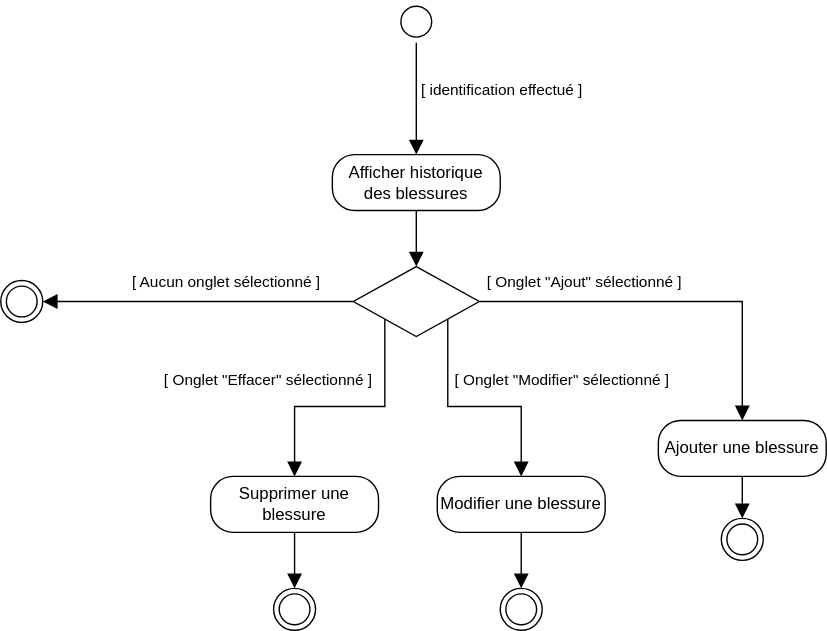
This is UML/Diagrammes d'activité/Diagramme_Activité_RecenserBlessures.svg from CyberHati/Application_Gestion-d-effectif, a draw.io export, as it was before one commit. Source tidied: cells renumbered, new cells last; positions are measured from the earlier drawing's top-left corner, leaving out a move shared by most shapes.
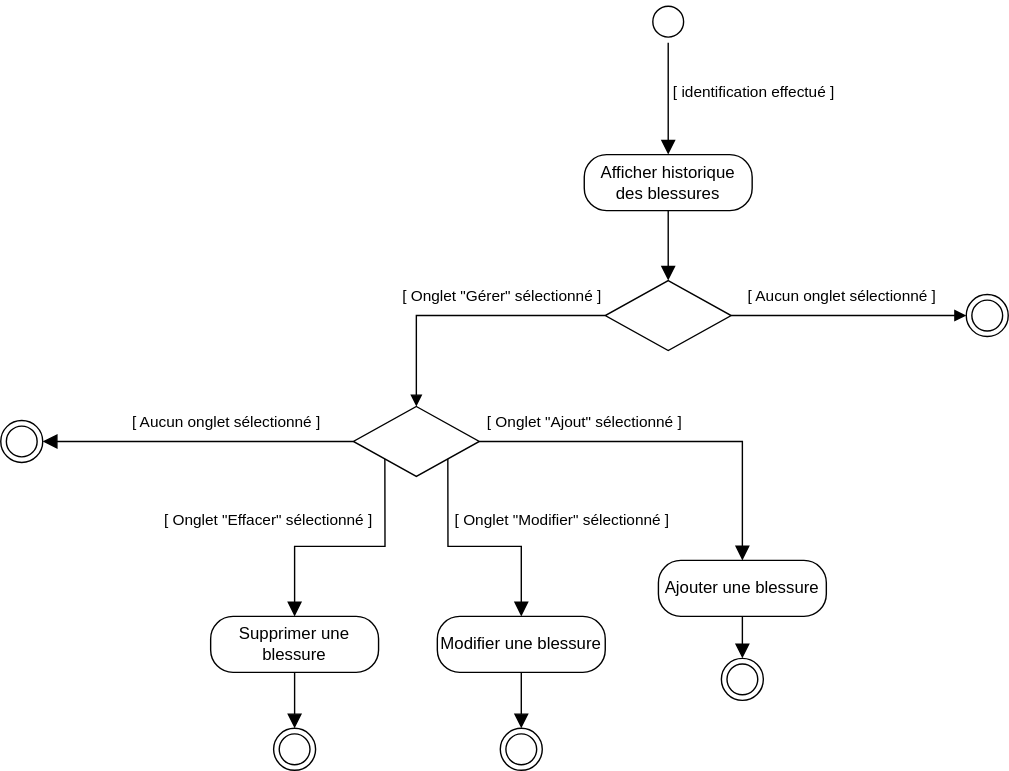
Above is the later version.

Commit message:
Mettre à jour Diagramme_Activité_RecenserBlessures.svg

The edit, as a diff of the source:
```diff
@@ -3,7 +3,7 @@
     <mxCell id="0" />
     <mxCell id="1" parent="0" />
     <mxCell id="2" style="ellipse;html=1;shape=startState;" parent="1" vertex="1">
-      <mxGeometry x="282" width="30" height="30" as="geometry" />
+      <mxGeometry x="462" y="-100" width="30" height="30" as="geometry" />
     </mxCell>
     <mxCell id="3" style="edgeStyle=orthogonalEdgeStyle;html=1;verticalAlign=bottom;endArrow=block;endSize=8;rounded=0;endFill=1;entryX=0.5;entryY=0;entryDx=0;entryDy=0;" parent="1" edge="1" source="2" target="5">
       <mxGeometry relative="1" as="geometry" />
@@ -14,9 +14,9 @@
       </mxGeometry>
     </mxCell>
     <mxCell id="5" value="Afficher historique des blessures" style="rounded=1;whiteSpace=wrap;html=1;arcSize=40;" parent="1" vertex="1">
-      <mxGeometry x="237" y="110" width="120" height="40" as="geometry" />
+      <mxGeometry x="417" y="10" width="120" height="40" as="geometry" />
     </mxCell>
-    <mxCell id="6" style="edgeStyle=orthogonalEdgeStyle;html=1;verticalAlign=bottom;endArrow=block;endSize=8;rounded=0;endFill=1;entryX=0.5;entryY=0;entryDx=0;entryDy=0;" parent="1" edge="1" source="5" target="9">
+    <mxCell id="6" style="edgeStyle=orthogonalEdgeStyle;html=1;verticalAlign=bottom;endArrow=block;endSize=8;rounded=0;endFill=1;exitX=0.5;exitY=1;exitDx=0;exitDy=0;" parent="1" edge="1" source="5" target="26">
       <mxGeometry relative="1" as="geometry" />
     </mxCell>
     <mxCell id="7" style="edgeStyle=orthogonalEdgeStyle;rounded=0;jettySize=auto;html=1;entryX=1;entryY=0.5;entryDx=0;entryDy=0;endArrow=block;endFill=1;endSize=8;" parent="1" edge="1" source="9" target="13">
@@ -84,5 +84,27 @@
     <mxCell id="25" style="edgeStyle=orthogonalEdgeStyle;html=1;verticalAlign=bottom;endArrow=block;endSize=8;rounded=0;endFill=1;entryX=0.5;entryY=0;entryDx=0;entryDy=0;exitX=0.5;exitY=1;exitDx=0;exitDy=0;" parent="1" edge="1" source="12" target="20">
       <mxGeometry relative="1" as="geometry" />
     </mxCell>
+    <mxCell id="26" style="rhombus;whiteSpace=wrap;html=1;" parent="1" vertex="1">
+      <mxGeometry x="432" y="100" width="90" height="50" as="geometry" />
+    </mxCell>
+    <mxCell id="27" style="html=1;verticalAlign=bottom;endArrow=block;rounded=0;exitX=0;exitY=0.5;exitDx=0;exitDy=0;entryX=0.5;entryY=0;entryDx=0;entryDy=0;edgeStyle=orthogonalEdgeStyle;" parent="1" edge="1" source="26" target="9">
+      <mxGeometry x="-0.58" y="-5" relative="1" as="geometry" />
+    </mxCell>
+    <mxCell id="28" value="[ Onglet &quot;Gérer&quot; sélectionné ]" style="edgeLabel;html=1;align=center;verticalAlign=middle;" parent="27" vertex="1">
+      <mxGeometry x="-0.02" y="2" relative="1" as="geometry">
+        <mxPoint x="23" y="-17" as="offset" />
+      </mxGeometry>
+    </mxCell>
+    <mxCell id="29" style="ellipse;html=1;shape=endState;" parent="1" vertex="1">
+      <mxGeometry x="690" y="110" width="30" height="30" as="geometry" />
+    </mxCell>
+    <mxCell id="30" style="html=1;verticalAlign=bottom;endArrow=block;curved=0;rounded=0;exitX=1;exitY=0.5;exitDx=0;exitDy=0;entryX=0;entryY=0.5;entryDx=0;entryDy=0;" parent="1" edge="1" source="26" target="29">
+      <mxGeometry relative="1" as="geometry" />
+    </mxCell>
+    <mxCell id="31" value="[ Aucun onglet sélectionné ]" style="edgeLabel;html=1;align=center;verticalAlign=middle;" parent="30" vertex="1">
+      <mxGeometry x="0.15" y="-2" relative="1" as="geometry">
+        <mxPoint x="-18" y="-17" as="offset" />
+      </mxGeometry>
+    </mxCell>
   </root>
 </mxGraphModel>
```
